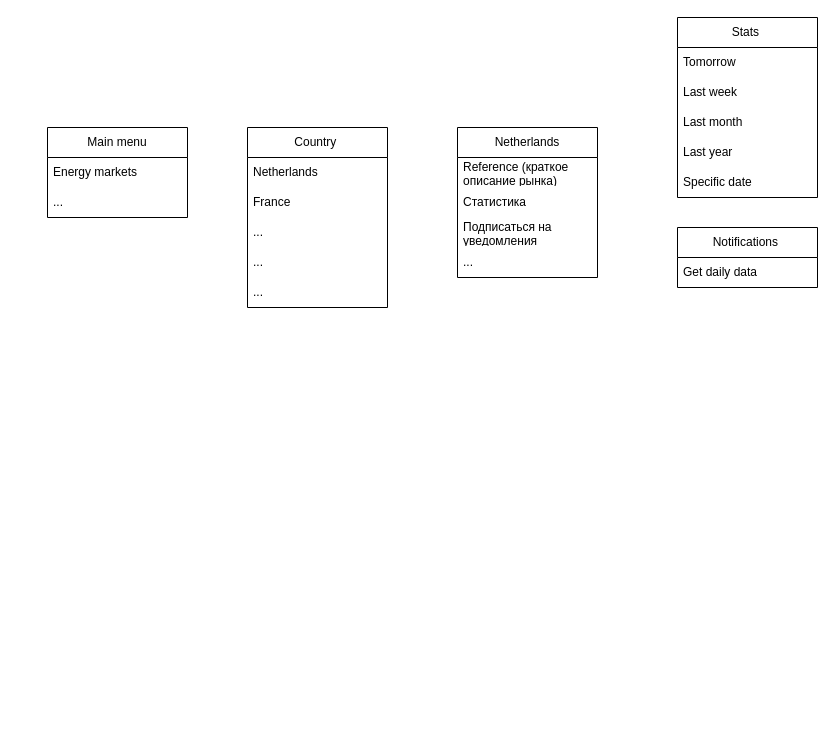
MikhailKr/Energy-Systems-Data-Parsers- keeps this draw.io diagram as UI_tg_bot.drawio. Above is the earlier version. Source tidied: cells renumbered, new cells numbered last; positions are measured from the earlier drawing's top-left corner, leaving out a move shared by most shapes. Both pictures are drawn from the tidied source at 100%, with x=0, y=0 at pixel (47, 17).
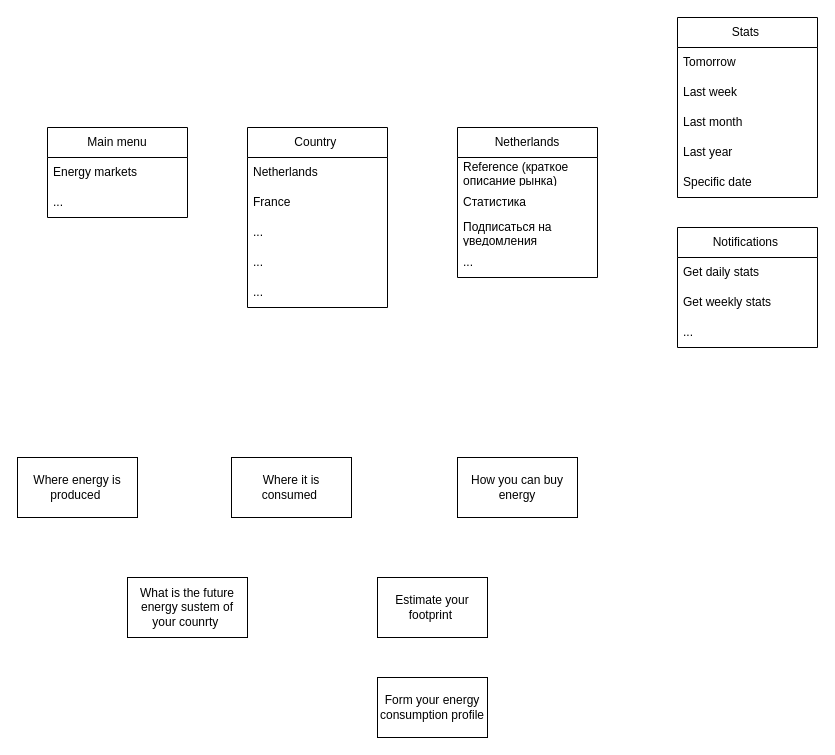
The same diagram, later.

The edit, as a diff of the source:
```diff
@@
     <mxCell id="22" value="Notifications&amp;nbsp;" style="swimlane;fontStyle=0;horizontal=1;startSize=30;whiteSpace=wrap;html=1;" parent="1" vertex="1">
-      <mxGeometry x="630" y="210" width="140" height="60" as="geometry" />
+      <mxGeometry x="630" y="210" width="140" height="120" as="geometry" />
     </mxCell>
-    <mxCell id="23" value="Get daily data&amp;nbsp;" style="text;strokeColor=none;fillColor=none;align=left;verticalAlign=middle;spacingLeft=4;spacingRight=4;overflow=hidden;whiteSpace=wrap;html=1;" parent="22" vertex="1">
+    <mxCell id="23" value="Get daily stats&amp;nbsp;" style="text;strokeColor=none;fillColor=none;align=left;verticalAlign=middle;spacingLeft=4;spacingRight=4;overflow=hidden;whiteSpace=wrap;html=1;" parent="22" vertex="1">
       <mxGeometry y="30" width="140" height="30" as="geometry" />
     </mxCell>
+    <mxCell id="24" value="Get weekly stats" style="text;strokeColor=none;fillColor=none;align=left;verticalAlign=middle;spacingLeft=4;spacingRight=4;overflow=hidden;whiteSpace=wrap;html=1;" parent="22" vertex="1">
+      <mxGeometry y="60" width="140" height="30" as="geometry" />
+    </mxCell>
+    <mxCell id="25" value="..." style="text;strokeColor=none;fillColor=none;align=left;verticalAlign=middle;spacingLeft=4;spacingRight=4;overflow=hidden;whiteSpace=wrap;html=1;" parent="22" vertex="1">
+      <mxGeometry y="90" width="140" height="30" as="geometry" />
+    </mxCell>
+    <mxCell id="26" value="Where energy is produced&amp;nbsp;" style="rounded=0;whiteSpace=wrap;html=1;" parent="1" vertex="1">
+      <mxGeometry x="-30" y="440" width="120" height="60" as="geometry" />
+    </mxCell>
+    <mxCell id="27" value="Where it is consumed&amp;nbsp;" style="rounded=0;whiteSpace=wrap;html=1;" parent="1" vertex="1">
+      <mxGeometry x="184" y="440" width="120" height="60" as="geometry" />
+    </mxCell>
+    <mxCell id="28" value="How you can buy energy" style="rounded=0;whiteSpace=wrap;html=1;" parent="1" vertex="1">
+      <mxGeometry x="410" y="440" width="120" height="60" as="geometry" />
+    </mxCell>
+    <mxCell id="29" value="What is the future energy sustem of your counrty&amp;nbsp;" style="rounded=0;whiteSpace=wrap;html=1;" parent="1" vertex="1">
+      <mxGeometry x="80" y="560" width="120" height="60" as="geometry" />
+    </mxCell>
+    <mxCell id="30" value="Estimate your footprint&amp;nbsp;" style="rounded=0;whiteSpace=wrap;html=1;" parent="1" vertex="1">
+      <mxGeometry x="330" y="560" width="110" height="60" as="geometry" />
+    </mxCell>
+    <mxCell id="31" value="Form your energy consumption profile" style="rounded=0;whiteSpace=wrap;html=1;" parent="1" vertex="1">
+      <mxGeometry x="330" y="660" width="110" height="60" as="geometry" />
+    </mxCell>
```
